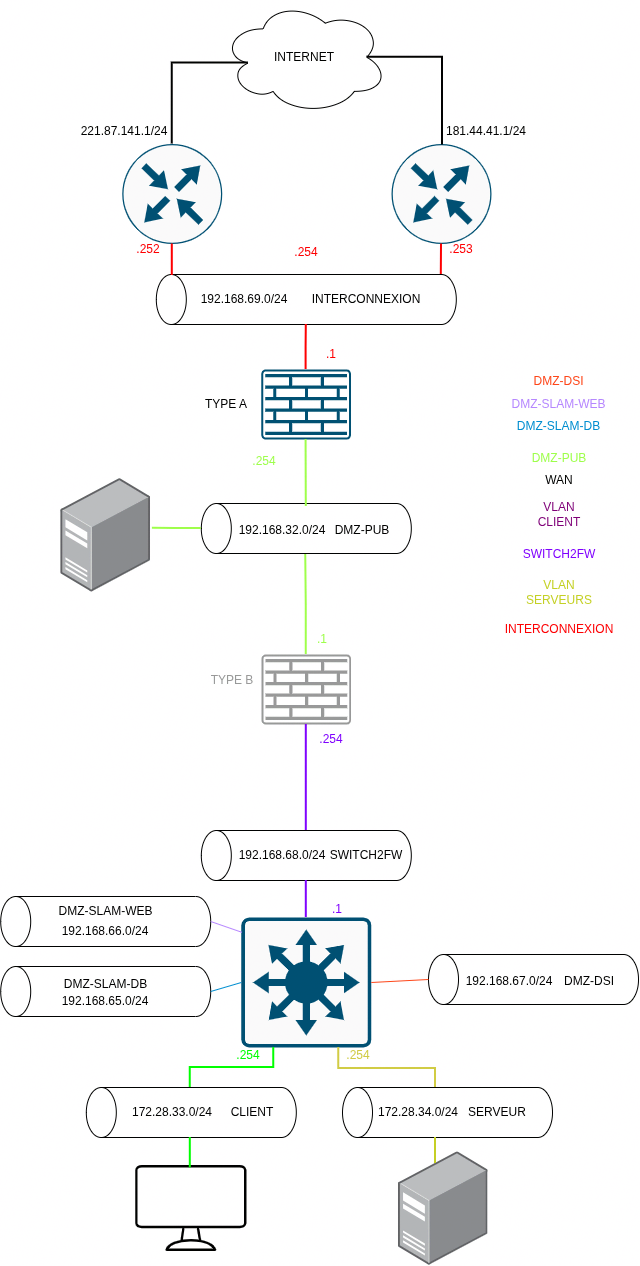
Earlier version of the draw.io export docs/assets/net_diagrams/SchemaLogDMZ.drawio.png (DSISportLudique/SportLudique2Doc). Source tidied: cells renumbered, new cells last; positions are measured from the earlier drawing's top-left corner, leaving out a move shared by most shapes.
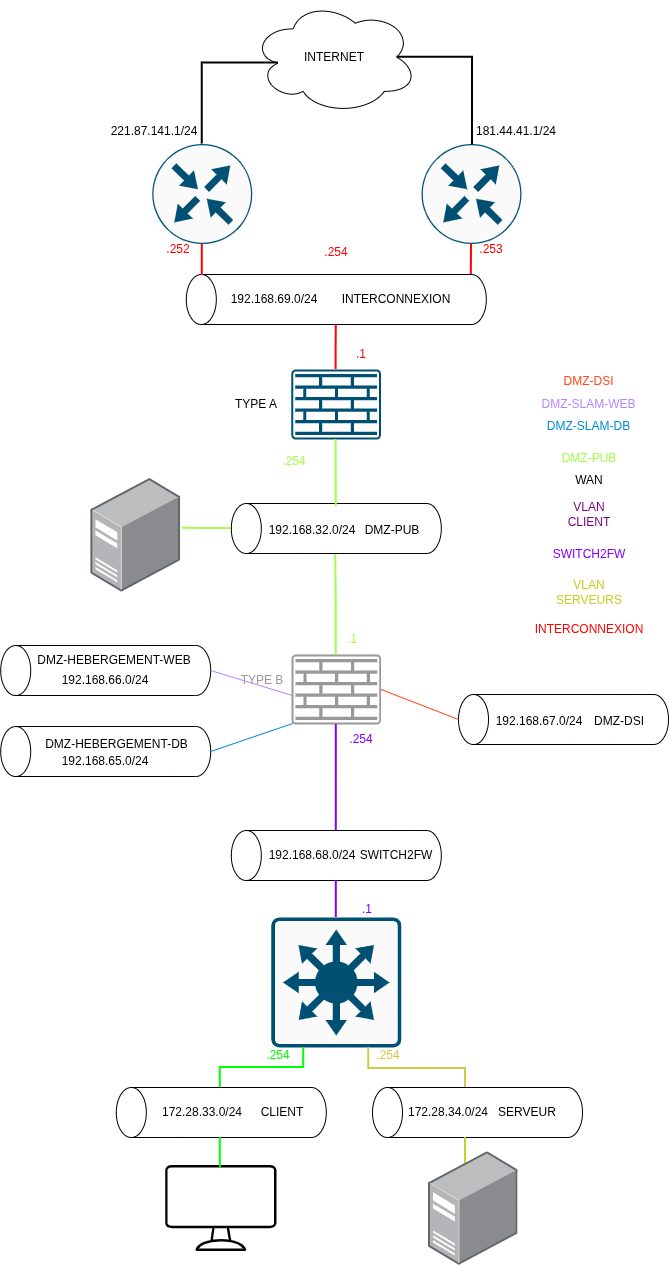
Later version of the same file.

Commit message:
updated net diagram

Change to the diagram source:
```diff
@@ -206,36 +206,36 @@
       <mxGeometry x="384" y="234" width="60" height="30" as="geometry" />
     </mxCell>
     <mxCell id="60" style="shape=cylinder3;whiteSpace=wrap;html=1;boundedLbl=1;backgroundOutline=1;size=15;rotation=-90;" parent="1" vertex="1">
-      <mxGeometry x="33.2" y="816" width="50" height="210" as="geometry" />
+      <mxGeometry x="3.2" y="565" width="50" height="210" as="geometry" />
     </mxCell>
     <mxCell id="61" value="192.168.66.0/24" style="text;html=1;whiteSpace=wrap;strokeColor=none;fillColor=none;align=center;verticalAlign=middle;rounded=0;" parent="1" vertex="1">
-      <mxGeometry x="28.2" y="916" width="60" height="30" as="geometry" />
+      <mxGeometry x="-1.8" y="665" width="60" height="30" as="geometry" />
     </mxCell>
-    <mxCell id="62" value="&lt;div&gt;DMZ-SLAM-WEB&lt;/div&gt;" style="text;html=1;whiteSpace=wrap;strokeColor=none;fillColor=none;align=center;verticalAlign=middle;rounded=0;" parent="1" vertex="1">
-      <mxGeometry x="0.4" y="896" width="116.6" height="30" as="geometry" />
+    <mxCell id="62" value="&lt;div&gt;DMZ-HEBERGEMENT-WEB&lt;/div&gt;" style="text;html=1;whiteSpace=wrap;strokeColor=none;fillColor=none;align=center;verticalAlign=middle;rounded=0;" parent="1" vertex="1">
+      <mxGeometry x="-45.6" y="645" width="165.8" height="30" as="geometry" />
     </mxCell>
     <mxCell id="63" style="shape=cylinder3;whiteSpace=wrap;html=1;boundedLbl=1;backgroundOutline=1;size=15;rotation=-90;" parent="1" vertex="1">
-      <mxGeometry x="33.2" y="886" width="50" height="210" as="geometry" />
+      <mxGeometry x="3.2" y="646" width="50" height="210" as="geometry" />
     </mxCell>
     <mxCell id="64" value="192.168.65.0/24" style="text;html=1;whiteSpace=wrap;strokeColor=none;fillColor=none;align=center;verticalAlign=middle;rounded=0;" parent="1" vertex="1">
-      <mxGeometry x="28.2" y="986" width="60" height="30" as="geometry" />
+      <mxGeometry x="-1.8" y="746" width="60" height="30" as="geometry" />
     </mxCell>
-    <mxCell id="65" value="&lt;div&gt;DMZ-SLAM-DB&lt;/div&gt;" style="text;html=1;whiteSpace=wrap;strokeColor=none;fillColor=none;align=center;verticalAlign=middle;rounded=0;" parent="1" vertex="1">
-      <mxGeometry y="969" width="116.6" height="30" as="geometry" />
+    <mxCell id="65" value="&lt;div&gt;DMZ-HEBERGEMENT-DB&lt;/div&gt;" style="text;html=1;whiteSpace=wrap;strokeColor=none;fillColor=none;align=center;verticalAlign=middle;rounded=0;" parent="1" vertex="1">
+      <mxGeometry x="-35" y="729" width="149" height="30" as="geometry" />
     </mxCell>
     <mxCell id="66" style="shape=cylinder3;whiteSpace=wrap;html=1;boundedLbl=1;backgroundOutline=1;size=15;rotation=-90;" parent="1" vertex="1">
-      <mxGeometry x="461" y="874" width="50" height="210" as="geometry" />
+      <mxGeometry x="461" y="614" width="50" height="210" as="geometry" />
     </mxCell>
     <mxCell id="67" value="192.168.67.0/24" style="text;html=1;whiteSpace=wrap;strokeColor=none;fillColor=none;align=center;verticalAlign=middle;rounded=0;" parent="1" vertex="1">
-      <mxGeometry x="432" y="966" width="60" height="30" as="geometry" />
+      <mxGeometry x="432" y="706" width="60" height="30" as="geometry" />
     </mxCell>
     <mxCell id="68" value="&lt;div&gt;DMZ-DSI&lt;/div&gt;" style="text;html=1;whiteSpace=wrap;strokeColor=none;fillColor=none;align=center;verticalAlign=middle;rounded=0;" parent="1" vertex="1">
-      <mxGeometry x="511.8" y="966" width="60" height="30" as="geometry" />
+      <mxGeometry x="511.8" y="706" width="60" height="30" as="geometry" />
     </mxCell>
-    <mxCell id="69" style="edgeStyle=none;curved=1;rounded=0;curveGeometry=1;jettySize=auto;html=1;exitX=0.5;exitY=1;exitDx=0;exitDy=0;exitPerimeter=0;entryX=0.005;entryY=0.114;entryDx=0;entryDy=0;entryPerimeter=0;fontSize=12;defaultLabelBackgroundColor=page;labelPadding=0 4;startSize=8;endSize=8;endArrow=none;endFill=0;strokeColor=light-dark(#B687FF,#B687FF);" parent="1" edge="1" source="60" target="2">
+    <mxCell id="69" style="edgeStyle=none;curved=1;rounded=0;curveGeometry=1;jettySize=auto;html=1;exitX=0.5;exitY=1;exitDx=0;exitDy=0;exitPerimeter=0;entryX=1;entryY=1;entryDx=0;entryDy=0;fontSize=12;defaultLabelBackgroundColor=page;labelPadding=0 4;startSize=8;endSize=8;endArrow=none;endFill=0;strokeColor=light-dark(#B687FF,#B687FF);" parent="1" edge="1" source="60" target="44">
       <mxGeometry relative="1" as="geometry" />
     </mxCell>
-    <mxCell id="70" style="edgeStyle=none;curved=1;rounded=0;curveGeometry=1;jettySize=auto;html=1;exitX=0.5;exitY=1;exitDx=0;exitDy=0;exitPerimeter=0;entryX=0;entryY=0.5;entryDx=0;entryDy=0;entryPerimeter=0;fontSize=12;defaultLabelBackgroundColor=page;labelPadding=0 4;startSize=8;endSize=8;endArrow=none;endFill=0;strokeColor=light-dark(#008DD0,#008DD0);" parent="1" edge="1" source="63" target="2">
+    <mxCell id="70" style="edgeStyle=none;curved=1;rounded=0;curveGeometry=1;jettySize=auto;html=1;exitX=0.5;exitY=1;exitDx=0;exitDy=0;exitPerimeter=0;entryX=0.015;entryY=0.985;entryDx=0;entryDy=0;entryPerimeter=0;fontSize=12;defaultLabelBackgroundColor=page;labelPadding=0 4;startSize=8;endSize=8;endArrow=none;endFill=0;strokeColor=light-dark(#008DD0,#008DD0);" parent="1" edge="1" source="63" target="30">
       <mxGeometry relative="1" as="geometry" />
     </mxCell>
     <mxCell id="71" value="DMZ-SLAM-DB" style="text;html=1;whiteSpace=wrap;strokeColor=none;fillColor=none;align=center;verticalAlign=middle;rounded=0;fontColor=light-dark(#008DD0,#008DD0);" parent="1" vertex="1">
@@ -244,7 +244,7 @@
     <mxCell id="72" value="DMZ-SLAM-WEB" style="text;html=1;whiteSpace=wrap;strokeColor=none;fillColor=none;align=center;verticalAlign=middle;rounded=0;fontColor=light-dark(#B687FF,#B687FF);" parent="1" vertex="1">
       <mxGeometry x="438" y="391" width="147" height="25" as="geometry" />
     </mxCell>
-    <mxCell id="73" style="edgeStyle=none;curved=1;rounded=0;curveGeometry=1;jettySize=auto;html=1;exitX=0.5;exitY=0;exitDx=0;exitDy=0;exitPerimeter=0;entryX=1;entryY=0.5;entryDx=0;entryDy=0;entryPerimeter=0;fontSize=12;defaultLabelBackgroundColor=page;labelPadding=0 4;startSize=8;endSize=8;endArrow=none;endFill=0;strokeColor=light-dark(#FF4717,#FF4717);" parent="1" edge="1" source="66" target="2">
+    <mxCell id="73" style="edgeStyle=none;curved=1;rounded=0;curveGeometry=1;jettySize=auto;html=1;exitX=0.5;exitY=0;exitDx=0;exitDy=0;exitPerimeter=0;entryX=1;entryY=0.5;entryDx=0;entryDy=0;entryPerimeter=0;fontSize=12;defaultLabelBackgroundColor=page;labelPadding=0 4;startSize=8;endSize=8;endArrow=none;endFill=0;strokeColor=light-dark(#FF4717,#FF4717);" parent="1" edge="1" source="66" target="30">
       <mxGeometry relative="1" as="geometry" />
     </mxCell>
     <mxCell id="74" value="DMZ-DSI" style="text;html=1;whiteSpace=wrap;strokeColor=none;fillColor=none;align=center;verticalAlign=middle;rounded=0;fontColor=light-dark(#FF4717,#FF4717);" parent="1" vertex="1">
```
